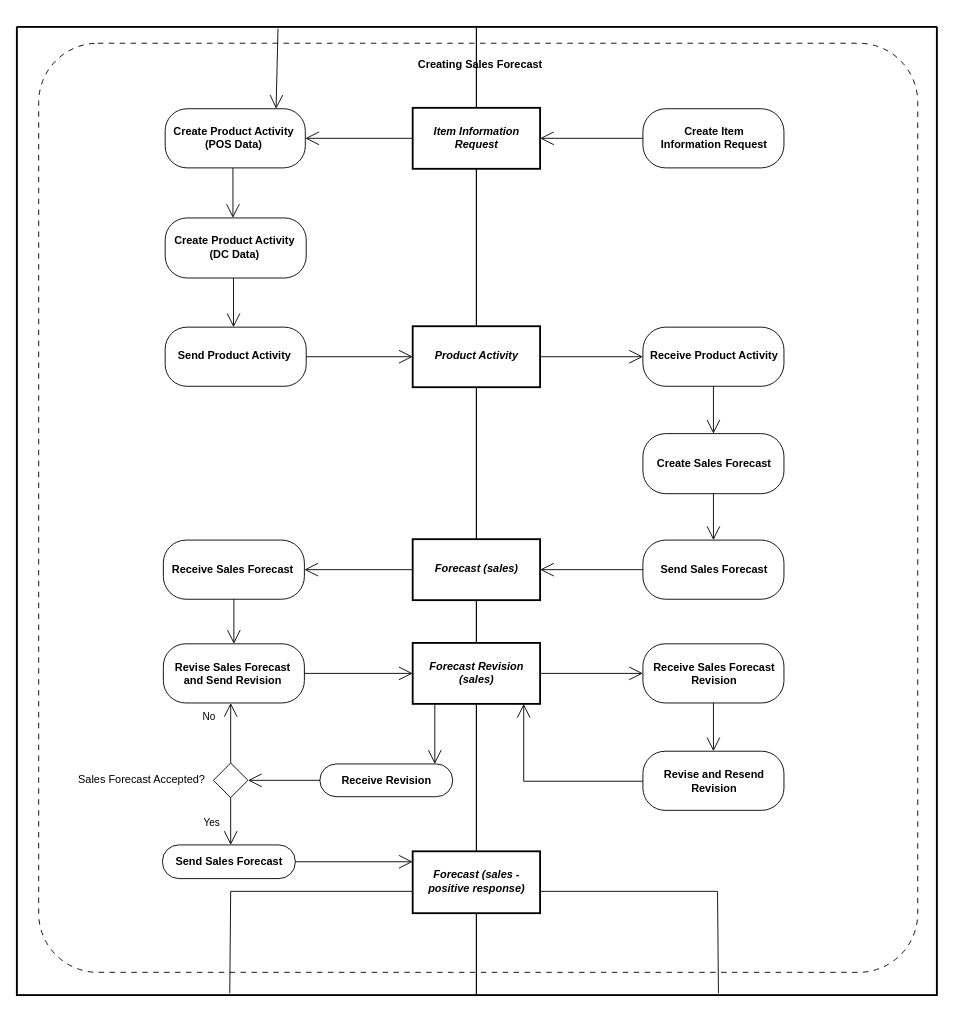
kduvekot/ubl-work-on-svg-images keeps this draw.io diagram as diagrams/UBL-2.2-CPFR-CreatingSalesForecast/UBL-2.2-CPFR-CreatingSalesForecast.drawio. Above is the earlier version. Source tidied: cells renumbered, new cells numbered last; positions are measured from the earlier drawing's top-left corner, leaving out a move shared by most shapes. Both pictures are drawn from the tidied source at 91%, with x=0, y=0 at pixel (16, 26).
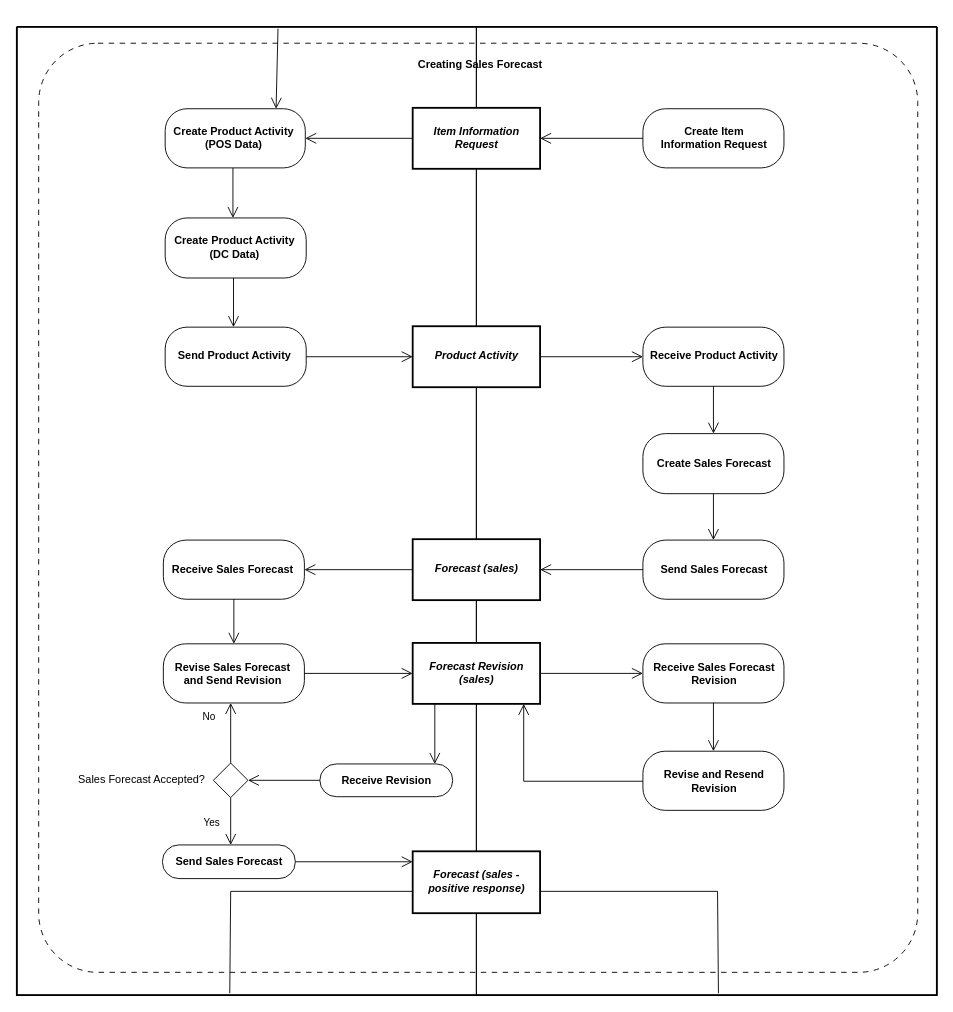
The same page after the edit.

The change refers to these unchanged cells:
```xml
<mxCell id="2" style="swimlane;html=1;startSize=0;whiteSpace=wrap;fillColor=none;strokeWidth=2;" parent="1" vertex="1">
  <mxGeometry width="1011" height="1064" as="geometry" />
</mxCell>
<mxCell id="4" style="swimlane;horizontal=1;startSize=22;swimlaneLine=0;html=1;fillColor=none;fontStyle=0;spacing=0;spacingRight=2;" parent="2" vertex="1">
  <mxGeometry width="505" height="1064" as="geometry" />
</mxCell>
<mxCell id="5" style="swimlane;horizontal=1;startSize=22;swimlaneLine=0;html=1;fillColor=none;fontStyle=0;spacing=0;spacingLeft=2;" parent="2" vertex="1">
  <mxGeometry x="505" width="506" height="1064" as="geometry" />
</mxCell>
<mxCell id="6" value="Item Information&lt;br&gt;Request" style="rounded=0;html=1;whiteSpace=nowrap;fontStyle=3;align=center;verticalAlign=middle;spacing=0;spacingBottom=2;strokeWidth=2;" parent="5" vertex="1">
  <mxGeometry x="-70" y="89" width="140" height="67" as="geometry" />
</mxCell>
<mxCell id="7" value="Create Product Activity&lt;br&gt;(POS Data)" style="rounded=1;absoluteArcSize=1;arcSize=48;html=1;whiteSpace=nowrap;fontStyle=1;align=center;verticalAlign=middle;spacing=0;spacingRight=4;spacingBottom=2;" parent="4" vertex="1">
  <mxGeometry x="163" y="90" width="154" height="65" as="geometry" />
</mxCell>
<mxCell id="8" value="Create Item&lt;br&gt;Information Request" style="rounded=1;absoluteArcSize=1;arcSize=50;html=1;whiteSpace=nowrap;fontStyle=1;align=center;verticalAlign=middle;spacing=0;spacingBottom=2;" parent="5" vertex="1">
  <mxGeometry x="183" y="90" width="155" height="65" as="geometry" />
</mxCell>
<mxCell id="9" value="Create Product Activity&lt;br&gt;(DC Data)" style="rounded=1;absoluteArcSize=1;arcSize=48;html=1;whiteSpace=nowrap;fontStyle=1;align=center;verticalAlign=middle;spacing=0;spacingRight=4;spacingBottom=2;" parent="4" vertex="1">
  <mxGeometry x="163" y="210" width="155" height="66" as="geometry" />
</mxCell>
<mxCell id="10" value="Product Activity" style="rounded=0;html=1;whiteSpace=nowrap;fontStyle=3;align=center;verticalAlign=middle;spacing=0;spacingBottom=2;strokeWidth=2;" parent="5" vertex="1">
  <mxGeometry x="-70" y="329" width="140" height="67" as="geometry" />
</mxCell>
<mxCell id="11" value="Send Product Activity" style="rounded=1;absoluteArcSize=1;arcSize=48;html=1;whiteSpace=nowrap;fontStyle=1;align=center;verticalAlign=middle;spacing=0;spacingRight=4;spacingBottom=2;" parent="4" vertex="1">
  <mxGeometry x="163" y="330" width="155" height="65" as="geometry" />
</mxCell>
<mxCell id="12" value="Receive Product Activity" style="rounded=1;absoluteArcSize=1;arcSize=50;html=1;whiteSpace=nowrap;fontStyle=1;align=center;verticalAlign=middle;spacing=0;spacingBottom=2;" parent="5" vertex="1">
  <mxGeometry x="183" y="330" width="155" height="65" as="geometry" />
</mxCell>
<mxCell id="13" value="Create Sales Forecast" style="rounded=1;absoluteArcSize=1;arcSize=50;html=1;whiteSpace=nowrap;fontStyle=1;align=center;verticalAlign=middle;spacing=0;" parent="5" vertex="1">
  <mxGeometry x="183" y="447" width="155" height="66" as="geometry" />
</mxCell>
<mxCell id="14" value="Forecast (sales)" style="rounded=0;html=1;whiteSpace=nowrap;fontStyle=3;align=center;verticalAlign=middle;spacing=0;spacingRight=1;spacingBottom=2;strokeWidth=2;" parent="5" vertex="1">
  <mxGeometry x="-70" y="563" width="140" height="67" as="geometry" />
</mxCell>
<mxCell id="15" value="Receive Sales Forecast" style="rounded=1;absoluteArcSize=1;arcSize=50;html=1;whiteSpace=nowrap;fontStyle=1;align=center;verticalAlign=middle;spacing=0;spacingRight=3;" parent="4" vertex="1">
  <mxGeometry x="161" y="564" width="155" height="65" as="geometry" />
</mxCell>
<mxCell id="16" value="Send Sales Forecast" style="rounded=1;absoluteArcSize=1;arcSize=50;html=1;whiteSpace=nowrap;fontStyle=1;align=center;verticalAlign=middle;spacing=0;" parent="5" vertex="1">
  <mxGeometry x="183" y="564" width="155" height="65" as="geometry" />
</mxCell>
<mxCell id="17" value="Forecast Revision&lt;br&gt;(sales)" style="rounded=0;html=1;whiteSpace=nowrap;fontStyle=3;align=center;verticalAlign=middle;spacing=0;spacingBottom=2;strokeWidth=2;" parent="5" vertex="1">
  <mxGeometry x="-70" y="677" width="140" height="67" as="geometry" />
</mxCell>
<mxCell id="18" value="Revise Sales Forecast&lt;br&gt;and Send Revision" style="rounded=1;absoluteArcSize=1;arcSize=49;html=1;whiteSpace=nowrap;fontStyle=1;align=center;verticalAlign=middle;spacing=0;spacingRight=4;" parent="4" vertex="1">
  <mxGeometry x="161" y="678" width="155" height="65" as="geometry" />
</mxCell>
<mxCell id="19" value="Receive Sales Forecast&lt;br&gt;Revision" style="rounded=1;absoluteArcSize=1;arcSize=49;html=1;whiteSpace=nowrap;fontStyle=1;align=center;verticalAlign=middle;spacing=0;" parent="5" vertex="1">
  <mxGeometry x="183" y="678" width="155" height="65" as="geometry" />
</mxCell>
<mxCell id="20" value="Revise and Resend&lt;br&gt;Revision" style="rounded=1;absoluteArcSize=1;arcSize=49;html=1;whiteSpace=nowrap;fontStyle=1;align=center;verticalAlign=middle;spacing=0;" parent="5" vertex="1">
  <mxGeometry x="183" y="796" width="155" height="65" as="geometry" />
</mxCell>
<mxCell id="21" value="Sales Forecast Accepted?" style="rhombus;html=1;whiteSpace=nowrap;fontStyle=0;align=center;verticalAlign=middle;spacing=0;spacingRight=196;spacingBottom=2;" parent="4" vertex="1">
  <mxGeometry x="216" y="809" width="38" height="38" as="geometry" />
</mxCell>
<mxCell id="22" value="Receive Revision" style="rounded=1;absoluteArcSize=1;arcSize=41;html=1;whiteSpace=nowrap;fontStyle=1;align=center;verticalAlign=middle;spacing=0;spacingTop=1;" parent="4" vertex="1">
  <mxGeometry x="333" y="810" width="146" height="36" as="geometry" />
</mxCell>
<mxCell id="23" value="Send Sales Forecast" style="rounded=1;absoluteArcSize=1;arcSize=36;html=1;whiteSpace=nowrap;fontStyle=1;align=center;verticalAlign=middle;spacing=0;" parent="4" vertex="1">
  <mxGeometry x="160" y="899" width="146" height="37" as="geometry" />
</mxCell>
<mxCell id="24" value="Forecast (sales -&lt;br&gt;positive response)" style="rounded=0;html=1;whiteSpace=nowrap;fontStyle=3;align=center;verticalAlign=middle;spacing=0;spacingBottom=2;strokeWidth=2;" parent="5" vertex="1">
  <mxGeometry x="-70" y="906" width="140" height="68" as="geometry" />
</mxCell>
```

What changed in the source:
```diff
@@
-    <mxCell id="25" style="edgeStyle=none;rounded=0;html=1;endArrow=open;endFill=0;endSize=13;exitX=0;exitY=0.5;exitPerimeter=0;entryX=1;entryY=0.5;entryPerimeter=0;" parent="2" edge="1" source="6" target="7">
+    <mxCell id="25" style="edgeStyle=none;rounded=0;html=1;endArrow=open;endFill=0;endSize=10;exitX=0;exitY=0.5;exitPerimeter=0;entryX=1;entryY=0.5;entryPerimeter=0;" parent="2" edge="1" source="6" target="7">
       <mxGeometry relative="1" as="geometry" />
     </mxCell>
-    <mxCell id="26" style="edgeStyle=none;rounded=0;html=1;endArrow=open;endFill=0;endSize=13;exitX=0;exitY=0.5;exitPerimeter=0;entryX=1;entryY=0.5;entryPerimeter=0;" parent="5" edge="1" source="8" target="6">
+    <mxCell id="26" style="edgeStyle=none;rounded=0;html=1;endArrow=open;endFill=0;endSize=10;exitX=0;exitY=0.5;exitPerimeter=0;entryX=1;entryY=0.5;entryPerimeter=0;" parent="5" edge="1" source="8" target="6">
       <mxGeometry relative="1" as="geometry" />
     </mxCell>
-    <mxCell id="27" style="edgeStyle=none;rounded=0;html=1;endArrow=open;endFill=0;endSize=13;exitPerimeter=0;entryX=0.4806;entryY=0;entryPerimeter=0;exitX=0.483721;exitY=1;" parent="4" edge="1" source="7" target="9">
+    <mxCell id="27" style="edgeStyle=none;rounded=0;html=1;endArrow=open;endFill=0;endSize=10;exitPerimeter=0;entryX=0.4806;entryY=0;entryPerimeter=0;exitX=0.483721;exitY=1;" parent="4" edge="1" source="7" target="9">
       <mxGeometry relative="1" as="geometry" />
     </mxCell>
-    <mxCell id="28" style="edgeStyle=none;rounded=0;html=1;endArrow=open;endFill=0;endSize=13;exitPerimeter=0;entryX=0.4845;entryY=0;entryPerimeter=0;exitX=0.4845;exitY=1;" parent="4" edge="1" source="9" target="11">
+    <mxCell id="28" style="edgeStyle=none;rounded=0;html=1;endArrow=open;endFill=0;endSize=10;exitPerimeter=0;entryX=0.4845;entryY=0;entryPerimeter=0;exitX=0.4845;exitY=1;" parent="4" edge="1" source="9" target="11">
       <mxGeometry relative="1" as="geometry" />
     </mxCell>
-    <mxCell id="29" style="edgeStyle=none;rounded=0;html=1;endArrow=open;endFill=0;endSize=13;exitX=1;exitY=0.5;exitPerimeter=0;entryX=0;entryY=0.5;entryPerimeter=0;" parent="2" edge="1" source="11" target="10">
+    <mxCell id="29" style="edgeStyle=none;rounded=0;html=1;endArrow=open;endFill=0;endSize=10;exitX=1;exitY=0.5;exitPerimeter=0;entryX=0;entryY=0.5;entryPerimeter=0;" parent="2" edge="1" source="11" target="10">
       <mxGeometry relative="1" as="geometry" />
     </mxCell>
-    <mxCell id="30" style="edgeStyle=none;rounded=0;html=1;endArrow=open;endFill=0;endSize=13;exitX=1;exitY=0.5;exitPerimeter=0;entryX=0;entryY=0.5;entryPerimeter=0;" parent="5" edge="1" source="10" target="12">
+    <mxCell id="30" style="edgeStyle=none;rounded=0;html=1;endArrow=open;endFill=0;endSize=10;exitX=1;exitY=0.5;exitPerimeter=0;entryX=0;entryY=0.5;entryPerimeter=0;" parent="5" edge="1" source="10" target="12">
       <mxGeometry relative="1" as="geometry" />
     </mxCell>
-    <mxCell id="31" style="edgeStyle=none;rounded=0;html=1;endArrow=open;endFill=0;endSize=13;exitX=0.5;exitY=1;exitPerimeter=0;entryX=0.5;entryY=0;entryPerimeter=0;" parent="5" edge="1" source="12" target="13">
+    <mxCell id="31" style="edgeStyle=none;rounded=0;html=1;endArrow=open;endFill=0;endSize=10;exitX=0.5;exitY=1;exitPerimeter=0;entryX=0.5;entryY=0;entryPerimeter=0;" parent="5" edge="1" source="12" target="13">
       <mxGeometry relative="1" as="geometry" />
     </mxCell>
-    <mxCell id="32" style="edgeStyle=none;rounded=0;html=1;endArrow=open;endFill=0;endSize=13;exitX=0.5;exitY=1;exitPerimeter=0;entryX=0.5;entryY=0;entryPerimeter=0;" parent="5" edge="1" source="13" target="16">
+    <mxCell id="32" style="edgeStyle=none;rounded=0;html=1;endArrow=open;endFill=0;endSize=10;exitX=0.5;exitY=1;exitPerimeter=0;entryX=0.5;entryY=0;entryPerimeter=0;" parent="5" edge="1" source="13" target="16">
       <mxGeometry relative="1" as="geometry" />
     </mxCell>
-    <mxCell id="33" style="edgeStyle=none;rounded=0;html=1;endArrow=open;endFill=0;endSize=13;exitX=0;exitY=0.5;exitPerimeter=0;entryX=1;entryY=0.5;entryPerimeter=0;" parent="2" edge="1" source="14" target="15">
+    <mxCell id="33" style="edgeStyle=none;rounded=0;html=1;endArrow=open;endFill=0;endSize=10;exitX=0;exitY=0.5;exitPerimeter=0;entryX=1;entryY=0.5;entryPerimeter=0;" parent="2" edge="1" source="14" target="15">
       <mxGeometry relative="1" as="geometry" />
     </mxCell>
-    <mxCell id="34" style="edgeStyle=none;rounded=0;html=1;endArrow=open;endFill=0;endSize=13;exitX=0;exitY=0.5;exitPerimeter=0;entryX=1;entryY=0.5;entryPerimeter=0;" parent="5" edge="1" source="16" target="14">
+    <mxCell id="34" style="edgeStyle=none;rounded=0;html=1;endArrow=open;endFill=0;endSize=10;exitX=0;exitY=0.5;exitPerimeter=0;entryX=1;entryY=0.5;entryPerimeter=0;" parent="5" edge="1" source="16" target="14">
       <mxGeometry relative="1" as="geometry" />
     </mxCell>
-    <mxCell id="35" style="edgeStyle=none;rounded=0;html=1;endArrow=open;endFill=0;endSize=13;exitX=0.5;exitY=1;exitPerimeter=0;entryX=0.5;entryY=0;entryPerimeter=0;" parent="4" edge="1" source="15" target="18">
+    <mxCell id="35" style="edgeStyle=none;rounded=0;html=1;endArrow=open;endFill=0;endSize=10;exitX=0.5;exitY=1;exitPerimeter=0;entryX=0.5;entryY=0;entryPerimeter=0;" parent="4" edge="1" source="15" target="18">
       <mxGeometry relative="1" as="geometry" />
     </mxCell>
-    <mxCell id="36" style="edgeStyle=none;rounded=0;html=1;endArrow=open;endFill=0;endSize=13;exitX=1;exitY=0.5;exitPerimeter=0;entryX=0;entryY=0.5;entryPerimeter=0;" parent="2" edge="1" source="18" target="17">
+    <mxCell id="36" style="edgeStyle=none;rounded=0;html=1;endArrow=open;endFill=0;endSize=10;exitX=1;exitY=0.5;exitPerimeter=0;entryX=0;entryY=0.5;entryPerimeter=0;" parent="2" edge="1" source="18" target="17">
       <mxGeometry relative="1" as="geometry" />
     </mxCell>
-    <mxCell id="37" style="edgeStyle=none;rounded=0;html=1;endArrow=open;endFill=0;endSize=13;exitX=1;exitY=0.5;exitPerimeter=0;entryX=0;entryY=0.5;entryPerimeter=0;" parent="5" edge="1" source="17" target="19">
+    <mxCell id="37" style="edgeStyle=none;rounded=0;html=1;endArrow=open;endFill=0;endSize=10;exitX=1;exitY=0.5;exitPerimeter=0;entryX=0;entryY=0.5;entryPerimeter=0;" parent="5" edge="1" source="17" target="19">
       <mxGeometry relative="1" as="geometry" />
     </mxCell>
-    <mxCell id="38" value="No" style="edgeStyle=none;rounded=0;html=1;endArrow=open;endFill=0;endSize=13;exitX=0.5;exitY=0;exitPerimeter=0;entryPerimeter=0;fontStyle=0;align=center;verticalAlign=middle;labelBackgroundColor=none;entryX=0.477419;entryY=1;" parent="4" edge="1" source="21" target="18">
+    <mxCell id="38" value="No" style="edgeStyle=none;rounded=0;html=1;endArrow=open;endFill=0;endSize=10;exitX=0.5;exitY=0;exitPerimeter=0;entryPerimeter=0;fontStyle=0;align=center;verticalAlign=middle;labelBackgroundColor=none;entryX=0.477419;entryY=1;" parent="4" edge="1" source="21" target="18">
       <mxGeometry x="0.55" relative="1" as="geometry">
         <mxPoint x="-24" as="offset" />
       </mxGeometry>
     </mxCell>
-    <mxCell id="39" style="edgeStyle=none;rounded=0;html=1;endArrow=open;endFill=0;endSize=13;exitX=0.5;exitY=1;exitPerimeter=0;entryX=0.5;entryY=0;entryPerimeter=0;" parent="5" edge="1" source="19" target="20">
+    <mxCell id="39" style="edgeStyle=none;rounded=0;html=1;endArrow=open;endFill=0;endSize=10;exitX=0.5;exitY=1;exitPerimeter=0;entryX=0.5;entryY=0;entryPerimeter=0;" parent="5" edge="1" source="19" target="20">
       <mxGeometry relative="1" as="geometry" />
     </mxCell>
-    <mxCell id="40" style="edgeStyle=none;rounded=0;html=1;endArrow=open;endFill=0;endSize=13;exitPerimeter=0;entryX=0.8652;entryY=0;entryPerimeter=0;exitX=0.173709;exitY=1;" parent="2" edge="1" source="17" target="22">
+    <mxCell id="40" style="edgeStyle=none;rounded=0;html=1;endArrow=open;endFill=0;endSize=10;exitPerimeter=0;entryX=0.8652;entryY=0;entryPerimeter=0;exitX=0.173709;exitY=1;" parent="2" edge="1" source="17" target="22">
       <mxGeometry relative="1" as="geometry" />
     </mxCell>
-    <mxCell id="41" style="edgeStyle=orthogonalEdgeStyle;rounded=0;html=1;endArrow=open;endFill=0;endSize=13;exitPerimeter=0;entryPerimeter=0;exitX=0;exitY=0.507692;entryX=0.871429;entryY=1;" parent="5" edge="1" source="20" target="17">
+    <mxCell id="41" style="edgeStyle=orthogonalEdgeStyle;rounded=0;html=1;endArrow=open;endFill=0;endSize=10;exitPerimeter=0;entryPerimeter=0;exitX=0;exitY=0.507692;entryX=0.871429;entryY=1;" parent="5" edge="1" source="20" target="17">
       <mxGeometry relative="1" as="geometry">
         <Array as="points">
           <mxPoint x="52" y="829" />
         </Array>
       </mxGeometry>
     </mxCell>
-    <mxCell id="42" style="edgeStyle=none;rounded=0;html=1;endArrow=open;endFill=0;endSize=13;exitX=0;exitY=0.5;exitPerimeter=0;entryX=1;entryY=0.5;entryPerimeter=0;" parent="4" edge="1" source="22" target="21">
+    <mxCell id="42" style="edgeStyle=none;rounded=0;html=1;endArrow=open;endFill=0;endSize=10;exitX=0;exitY=0.5;exitPerimeter=0;entryX=1;entryY=0.5;entryPerimeter=0;" parent="4" edge="1" source="22" target="21">
       <mxGeometry relative="1" as="geometry" />
     </mxCell>
-    <mxCell id="43" value="Yes" style="edgeStyle=none;rounded=0;html=1;endArrow=open;endFill=0;endSize=13;exitX=0.5;exitY=1;exitPerimeter=0;entryPerimeter=0;fontStyle=0;align=center;verticalAlign=middle;labelBackgroundColor=none;entryX=0.513699;entryY=0;" parent="4" edge="1" source="21" target="23">
+    <mxCell id="43" value="Yes" style="edgeStyle=none;rounded=0;html=1;endArrow=open;endFill=0;endSize=10;exitX=0.5;exitY=1;exitPerimeter=0;entryPerimeter=0;fontStyle=0;align=center;verticalAlign=middle;labelBackgroundColor=none;entryX=0.513699;entryY=0;" parent="4" edge="1" source="21" target="23">
       <mxGeometry x="0.07" relative="1" as="geometry">
         <mxPoint x="-21" as="offset" />
       </mxGeometry>
     </mxCell>
-    <mxCell id="44" style="edgeStyle=none;rounded=0;html=1;endArrow=open;endFill=0;endSize=13;exitX=1;exitY=0.5;exitPerimeter=0;entryPerimeter=0;entryX=0;entryY=0.169118;" parent="2" edge="1" source="23" target="24">
+    <mxCell id="44" style="edgeStyle=none;rounded=0;html=1;endArrow=open;endFill=0;endSize=10;exitX=1;exitY=0.5;exitPerimeter=0;entryPerimeter=0;entryX=0;entryY=0.169118;" parent="2" edge="1" source="23" target="24">
       <mxGeometry relative="1" as="geometry" />
     </mxCell>
-    <mxCell id="45" style="edgeStyle=none;rounded=0;html=1;endArrow=open;endFill=0;endSize=13;entryX=0.7915;entryY=0;entryPerimeter=0;" parent="4" edge="1" target="7">
+    <mxCell id="45" style="edgeStyle=none;rounded=0;html=1;endArrow=open;endFill=0;endSize=10;entryX=0.7915;entryY=0;entryPerimeter=0;" parent="4" edge="1" target="7">
       <mxGeometry relative="1" as="geometry">
         <mxPoint x="287" y="2" as="sourcePoint" />
       </mxGeometry>
     </mxCell>
```
